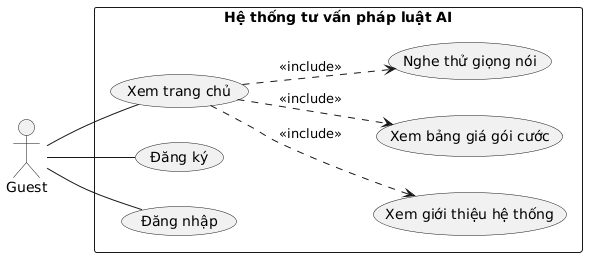
The PlantUML diagram temp/00-UseCase/UML-UseCase-overview.png in 20206205Tech/docs-uml, before a commit.
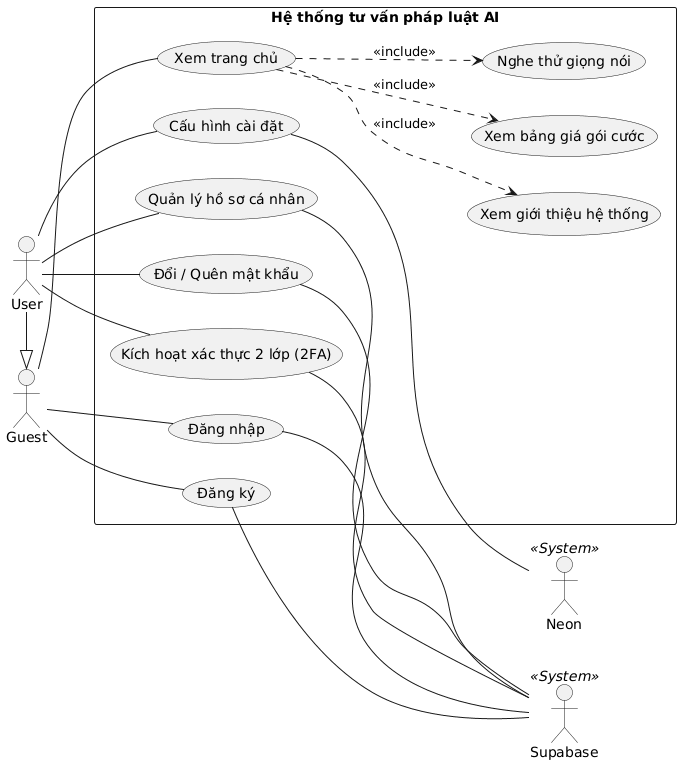
The same diagram one commit later.

Change to the diagram source:
```diff
@@ -3,7 +3,16 @@
 skinparam packageStyle rectangle
 skinparam shadowing false
 
+actor "User" as User
 actor "Guest" as Guest
+
+actor "Supabase"   as Supabase   << System >>
+actor "Neon"       as Neon       << System >>
+
+
+User  -|> Guest
+
+
 
 rectangle "Hệ thống tư vấn pháp luật AI" {
   usecase "Xem trang chủ" as UC_Home
@@ -13,6 +22,11 @@
   usecase "Đăng ký" as UC_Register
   usecase "Đăng nhập" as UC_Login
 
+  usecase "Kích hoạt xác thực 2 lớp (2FA)" as UC_MFA
+  usecase "Quản lý hồ sơ cá nhân" as UC_Profile
+  usecase "Đổi / Quên mật khẩu" as UC_Password
+  usecase "Cấu hình cài đặt" as UC_Settings
+
   UC_Home ..> UC_Intro : <<include>>
   UC_Home ..> UC_Pricing : <<include>>
   UC_Home ..> UC_SampleVoice : <<include>>
@@ -21,4 +35,16 @@
 Guest -- UC_Home
 Guest -- UC_Register
 Guest -- UC_Login
+
+User -- UC_MFA
+User -- UC_Profile
+User -- UC_Password
+User -- UC_Settings
+
+UC_Register -- Supabase
+UC_Login -- Supabase
+UC_MFA -- Supabase
+UC_Profile -- Supabase
+UC_Password -- Supabase
+UC_Settings -- Neon
 @enduml
```
